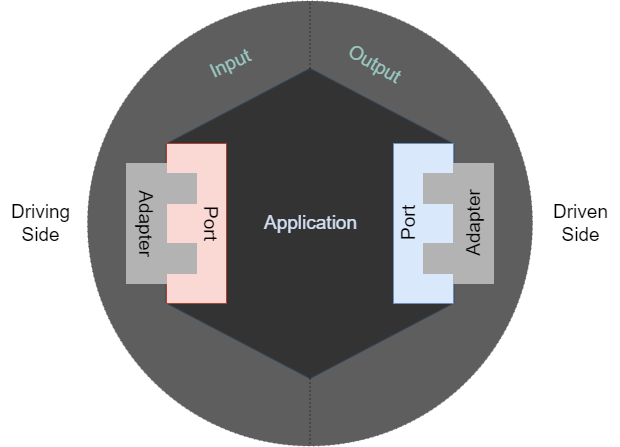
Before: pic/六边形架构.drawio.png, a diagram exported from draw.io (guxdong/imgrepo). Source tidied: cells renumbered, new cells last; positions are measured from the earlier drawing's top-left corner, leaving out a move shared by most shapes.
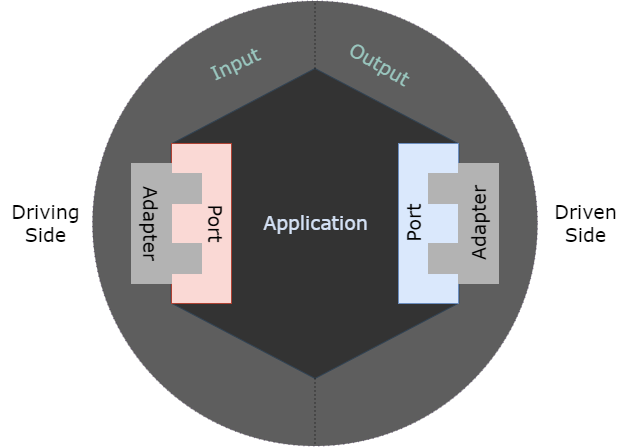
Later version of the same file.

Commit message:
更新六边形架构.drawio.png

Diff of the diagram source:
```diff
@@ -2,77 +2,77 @@
   <root>
     <mxCell id="0" />
     <mxCell id="1" parent="0" />
-    <mxCell id="2" style="ellipse;whiteSpace=wrap;html=1;fillColor=#1A1A1A;strokeColor=#432D57;dashed=1;dashPattern=1 4;opacity=70;fontColor=#ffffff;fontSize=19;" parent="1" vertex="1">
+    <mxCell id="2" style="ellipse;whiteSpace=wrap;html=1;fillColor=#1A1A1A;strokeColor=#432D57;dashed=1;dashPattern=1 4;opacity=70;fontColor=#ffffff;fontSize=19;fontStyle=0;fontFamily=Verdana;" parent="1" vertex="1">
       <mxGeometry x="87" y="0.5" width="445" height="445" as="geometry" />
     </mxCell>
-    <mxCell id="3" style="shape=hexagon;perimeter=hexagonPerimeter2;whiteSpace=wrap;html=1;fixedSize=1;size=75.5;rotation=90;fillColor=#333333;strokeColor=#314354;fontColor=#ffffff;fontSize=19;" parent="1" vertex="1">
+    <mxCell id="3" style="shape=hexagon;perimeter=hexagonPerimeter2;whiteSpace=wrap;html=1;fixedSize=1;size=75.5;rotation=90;fillColor=#333333;strokeColor=#314354;fontColor=#ffffff;fontSize=19;fontStyle=0;fontFamily=Verdana;" parent="1" vertex="1">
       <mxGeometry x="154.5" y="79.1" width="310" height="287.8" as="geometry" />
     </mxCell>
-    <mxCell id="4" style="endArrow=none;dashed=1;html=1;dashPattern=1 3;strokeWidth=1;rounded=0;entryX=0.5;entryY=0;entryDx=0;entryDy=0;exitX=0;exitY=0.5;exitDx=0;exitDy=0;fontSize=19;" parent="1" edge="1" source="3" target="2">
+    <mxCell id="4" style="endArrow=none;dashed=1;html=1;dashPattern=1 3;strokeWidth=1;rounded=0;entryX=0.5;entryY=0;entryDx=0;entryDy=0;exitX=0;exitY=0.5;exitDx=0;exitDy=0;fontSize=19;fontStyle=0;fontFamily=Verdana;" parent="1" edge="1" source="3" target="2">
       <mxGeometry relative="1" as="geometry" />
     </mxCell>
-    <mxCell id="5" style="endArrow=none;dashed=1;html=1;dashPattern=1 3;strokeWidth=1;rounded=0;exitX=1;exitY=0.5;exitDx=0;exitDy=0;entryX=0.5;entryY=1;entryDx=0;entryDy=0;fontSize=19;" parent="1" edge="1" source="3" target="2">
+    <mxCell id="5" style="endArrow=none;dashed=1;html=1;dashPattern=1 3;strokeWidth=1;rounded=0;exitX=1;exitY=0.5;exitDx=0;exitDy=0;entryX=0.5;entryY=1;entryDx=0;entryDy=0;fontSize=19;fontStyle=0;fontFamily=Verdana;" parent="1" edge="1" source="3" target="2">
       <mxGeometry relative="1" as="geometry" />
     </mxCell>
-    <mxCell id="6" style="rounded=0;whiteSpace=wrap;html=1;fillColor=#fad9d5;strokeColor=#ae4132;fontSize=19;" parent="1" vertex="1">
+    <mxCell id="6" style="rounded=0;whiteSpace=wrap;html=1;fillColor=#fad9d5;strokeColor=#ae4132;fontSize=19;fontStyle=0;fontFamily=Verdana;" parent="1" vertex="1">
       <mxGeometry x="166" y="143" width="60" height="160" as="geometry" />
     </mxCell>
-    <mxCell id="7" style="group;fillColor=none;glass=1;fontSize=19;" parent="1" vertex="1">
-      <mxGeometry x="126" y="163" width="114" height="120" as="geometry" />
+    <mxCell id="7" style="group;fillColor=none;glass=1;fontSize=19;fontStyle=0;fontFamily=Verdana;" parent="1" vertex="1">
+      <mxGeometry x="126" y="163" width="119" height="120" as="geometry" />
     </mxCell>
-    <mxCell id="8" style="rounded=0;whiteSpace=wrap;html=1;fillColor=#B3B3B3;strokeColor=#B3B3B3;fontSize=19;" parent="7" vertex="1">
+    <mxCell id="8" style="rounded=0;whiteSpace=wrap;html=1;fillColor=#B3B3B3;strokeColor=#B3B3B3;fontSize=19;fontStyle=0;fontFamily=Verdana;" parent="7" vertex="1">
       <mxGeometry x="40" y="10" width="30" height="30" as="geometry" />
     </mxCell>
-    <mxCell id="9" style="rounded=0;whiteSpace=wrap;html=1;fillColor=#B3B3B3;strokeColor=#B3B3B3;fontSize=19;" parent="7" vertex="1">
+    <mxCell id="9" style="rounded=0;whiteSpace=wrap;html=1;fillColor=#B3B3B3;strokeColor=#B3B3B3;fontSize=19;fontStyle=0;fontFamily=Verdana;" parent="7" vertex="1">
       <mxGeometry width="40" height="120" as="geometry" />
     </mxCell>
-    <mxCell id="10" style="rounded=0;whiteSpace=wrap;html=1;fillColor=#B3B3B3;strokeColor=#B3B3B3;fontSize=19;" parent="7" vertex="1">
+    <mxCell id="10" style="rounded=0;whiteSpace=wrap;html=1;fillColor=#B3B3B3;strokeColor=#B3B3B3;fontSize=19;fontStyle=0;fontFamily=Verdana;" parent="7" vertex="1">
       <mxGeometry x="40" y="80" width="30" height="30" as="geometry" />
     </mxCell>
-    <mxCell id="11" value="Adapter" style="text;html=1;align=center;verticalAlign=middle;strokeColor=none;fillColor=none;rotation=90;fontSize=19;" parent="7" vertex="1">
-      <mxGeometry x="-26" y="40" width="90" height="40" as="geometry" />
+    <mxCell id="11" value="Adapter" style="text;html=1;align=center;verticalAlign=middle;strokeColor=none;fillColor=none;rotation=90;fontSize=19;fontStyle=0;fontFamily=Verdana;" parent="7" vertex="1">
+      <mxGeometry x="-31" y="40" width="100" height="40" as="geometry" />
     </mxCell>
-    <mxCell id="12" value="Port" style="text;html=1;align=center;verticalAlign=middle;strokeColor=none;fillColor=none;rotation=90;fontSize=19;" parent="7" vertex="1">
+    <mxCell id="12" value="Port" style="text;html=1;align=center;verticalAlign=middle;strokeColor=none;fillColor=none;rotation=90;fontSize=19;fontStyle=0;fontFamily=Verdana;" parent="7" vertex="1">
       <mxGeometry x="54" y="40" width="60" height="40" as="geometry" />
     </mxCell>
-    <mxCell id="13" style="group;rotation=-180;fontSize=19;" parent="1" vertex="1">
-      <mxGeometry x="393" y="143" width="126" height="160" as="geometry" />
+    <mxCell id="13" style="group;rotation=-180;fontSize=19;fontStyle=0;fontFamily=Verdana;" parent="1" vertex="1">
+      <mxGeometry x="393" y="143" width="136" height="160" as="geometry" />
     </mxCell>
-    <mxCell id="14" style="rounded=0;whiteSpace=wrap;html=1;fillColor=#dae8fc;strokeColor=#6c8ebf;fontSize=19;direction=west;rotation=-180;" parent="13" vertex="1">
+    <mxCell id="14" style="rounded=0;whiteSpace=wrap;html=1;fillColor=#dae8fc;strokeColor=#6c8ebf;fontSize=19;direction=west;rotation=-180;fontStyle=0;fontFamily=Verdana;" parent="13" vertex="1">
       <mxGeometry width="60" height="160" as="geometry" />
     </mxCell>
-    <mxCell id="15" style="group;fillColor=none;glass=1;fontSize=19;direction=west;rotation=-180;" parent="13" vertex="1">
-      <mxGeometry x="30" y="20" width="96" height="120" as="geometry" />
+    <mxCell id="15" style="group;fillColor=none;glass=1;fontSize=19;direction=west;rotation=-180;fontStyle=0;fontFamily=Verdana;" parent="13" vertex="1">
+      <mxGeometry x="30" y="20" width="106" height="120" as="geometry" />
     </mxCell>
-    <mxCell id="16" style="rounded=0;whiteSpace=wrap;html=1;fillColor=#B3B3B3;strokeColor=#B3B3B3;fontSize=19;direction=west;rotation=-180;" parent="15" vertex="1">
+    <mxCell id="16" style="rounded=0;whiteSpace=wrap;html=1;fillColor=#B3B3B3;strokeColor=#B3B3B3;fontSize=19;direction=west;rotation=-180;fontStyle=0;fontFamily=Verdana;" parent="15" vertex="1">
       <mxGeometry y="80" width="30" height="30" as="geometry" />
     </mxCell>
-    <mxCell id="17" style="rounded=0;whiteSpace=wrap;html=1;fillColor=#B3B3B3;strokeColor=#B3B3B3;fontSize=19;direction=west;rotation=-180;" parent="15" vertex="1">
+    <mxCell id="17" style="rounded=0;whiteSpace=wrap;html=1;fillColor=#B3B3B3;strokeColor=#B3B3B3;fontSize=19;direction=west;rotation=-180;fontStyle=0;fontFamily=Verdana;" parent="15" vertex="1">
       <mxGeometry x="30" width="40" height="120" as="geometry" />
     </mxCell>
-    <mxCell id="18" style="rounded=0;whiteSpace=wrap;html=1;fillColor=#B3B3B3;strokeColor=#B3B3B3;fontSize=19;direction=west;rotation=-180;" parent="15" vertex="1">
+    <mxCell id="18" style="rounded=0;whiteSpace=wrap;html=1;fillColor=#B3B3B3;strokeColor=#B3B3B3;fontSize=19;direction=west;rotation=-180;fontStyle=0;fontFamily=Verdana;" parent="15" vertex="1">
       <mxGeometry y="10" width="30" height="30" as="geometry" />
     </mxCell>
-    <mxCell id="19" value="Adapter" style="text;html=1;align=center;verticalAlign=middle;strokeColor=none;fillColor=none;rotation=-90;fontSize=19;" parent="15" vertex="1">
-      <mxGeometry x="6" y="40" width="90" height="40" as="geometry" />
+    <mxCell id="19" value="Adapter" style="text;html=1;align=center;verticalAlign=middle;strokeColor=none;fillColor=none;rotation=-90;fontSize=19;fontStyle=0;fontFamily=Verdana;" parent="15" vertex="1">
+      <mxGeometry x="1" y="40" width="100" height="40" as="geometry" />
     </mxCell>
-    <mxCell id="20" value="Port" style="text;html=1;align=center;verticalAlign=middle;strokeColor=none;fillColor=none;rotation=-90;fontSize=19;" parent="13" vertex="1">
+    <mxCell id="20" value="Port" style="text;html=1;align=center;verticalAlign=middle;strokeColor=none;fillColor=none;rotation=-90;fontSize=19;fontStyle=0;fontFamily=Verdana;" parent="13" vertex="1">
       <mxGeometry x="-14" y="60" width="60" height="40" as="geometry" />
     </mxCell>
-    <mxCell id="21" value="&lt;font color=&quot;#d4e1f5&quot; style=&quot;font-size: 19px;&quot;&gt;Application&lt;/font&gt;" style="text;html=1;align=center;verticalAlign=middle;strokeColor=none;fillColor=none;fontColor=#7EA6E0;fontSize=19;" parent="1" vertex="1">
-      <mxGeometry x="249.5" y="203" width="120" height="40" as="geometry" />
+    <mxCell id="21" value="&lt;font color=&quot;#d4e1f5&quot; style=&quot;font-size: 19px;&quot;&gt;Application&lt;/font&gt;" style="text;html=1;align=center;verticalAlign=middle;strokeColor=none;fillColor=none;fontColor=#7EA6E0;fontSize=19;fontStyle=0;fontFamily=Verdana;" parent="1" vertex="1">
+      <mxGeometry x="244.5" y="203" width="130" height="40" as="geometry" />
     </mxCell>
-    <mxCell id="22" value="Input" style="text;html=1;align=center;verticalAlign=middle;strokeColor=none;fillColor=none;fontColor=#9AC7BF;fontSize=19;rotation=-25;" parent="1" vertex="1">
+    <mxCell id="22" value="Input" style="text;html=1;align=center;verticalAlign=middle;strokeColor=none;fillColor=none;fontColor=#9AC7BF;fontSize=19;rotation=-25;fontStyle=0;fontFamily=Verdana;" parent="1" vertex="1">
       <mxGeometry x="194.5" y="44.1" width="70" height="40" as="geometry" />
     </mxCell>
-    <mxCell id="23" value="Output" style="text;html=1;align=center;verticalAlign=middle;strokeColor=none;fillColor=none;fontColor=#9AC7BF;fontSize=19;rotation=30;" parent="1" vertex="1">
-      <mxGeometry x="334" y="44.1" width="80" height="40" as="geometry" />
+    <mxCell id="23" value="Output" style="text;html=1;align=center;verticalAlign=middle;strokeColor=none;fillColor=none;fontColor=#9AC7BF;fontSize=19;rotation=30;fontStyle=0;fontFamily=Verdana;" parent="1" vertex="1">
+      <mxGeometry x="329" y="44.1" width="90" height="40" as="geometry" />
     </mxCell>
-    <mxCell id="24" value="Driving&lt;br&gt;Side" style="text;html=1;align=center;verticalAlign=middle;strokeColor=none;fillColor=none;fontSize=19;" parent="1" vertex="1">
-      <mxGeometry y="193" width="80" height="60" as="geometry" />
+    <mxCell id="24" value="Driving&lt;br&gt;Side" style="text;html=1;align=center;verticalAlign=middle;strokeColor=none;fillColor=none;fontSize=19;fontStyle=0;fontFamily=Verdana;" parent="1" vertex="1">
+      <mxGeometry x="-5" y="193" width="90" height="60" as="geometry" />
     </mxCell>
-    <mxCell id="25" value="Driven&lt;br&gt;Side" style="text;html=1;align=center;verticalAlign=middle;strokeColor=none;fillColor=none;fontSize=19;" parent="1" vertex="1">
-      <mxGeometry x="540" y="193" width="80" height="60" as="geometry" />
+    <mxCell id="25" value="Driven&lt;br&gt;Side" style="text;html=1;align=center;verticalAlign=middle;strokeColor=none;fillColor=none;fontSize=19;fontStyle=0;fontFamily=Verdana;" parent="1" vertex="1">
+      <mxGeometry x="535" y="193" width="90" height="60" as="geometry" />
     </mxCell>
   </root>
 </mxGraphModel>
```
